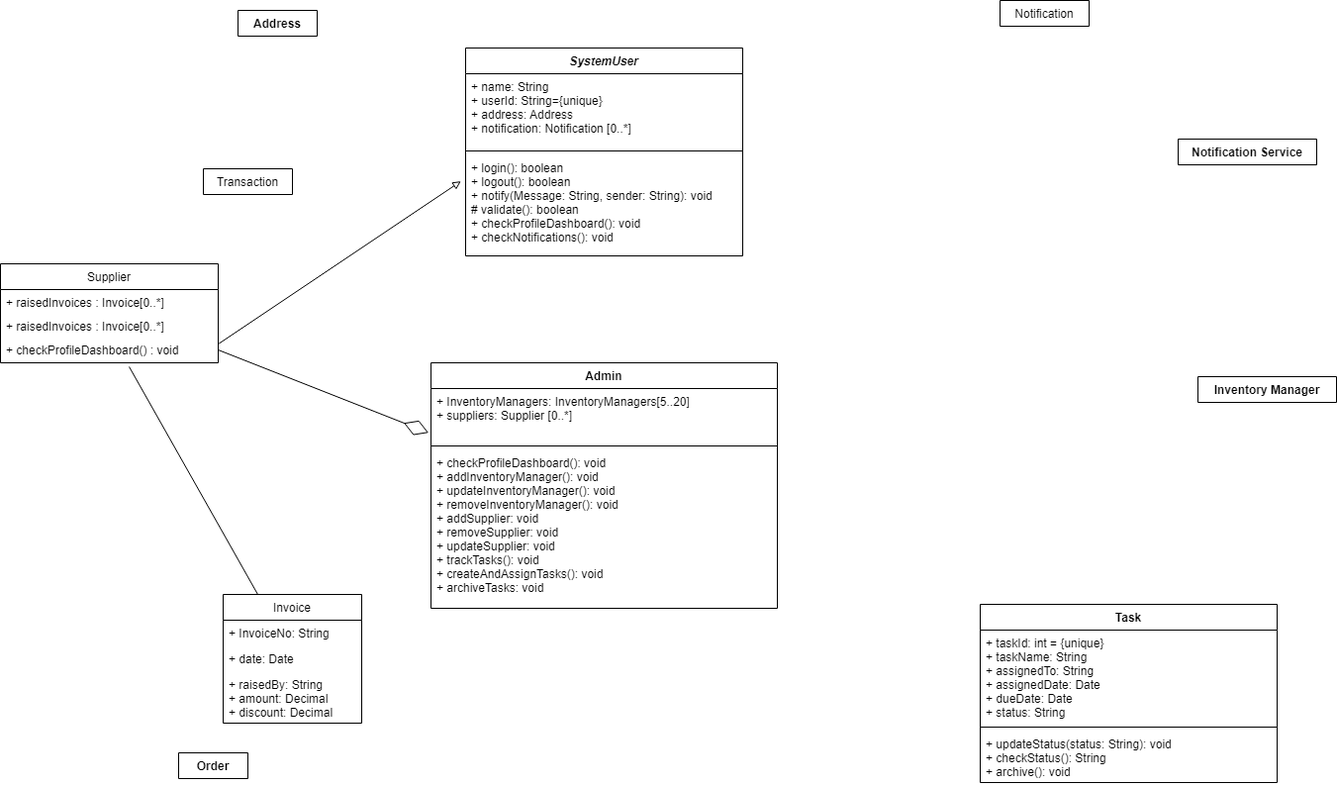
The draw.io diagram ClassDiagram for Inventory Management System.drawio.png in hrk-berserker27/hrk-berserker27, before a commit. Source tidied: cells renumbered, new cells last; positions are measured from the earlier drawing's top-left corner, leaving out a move shared by most shapes.
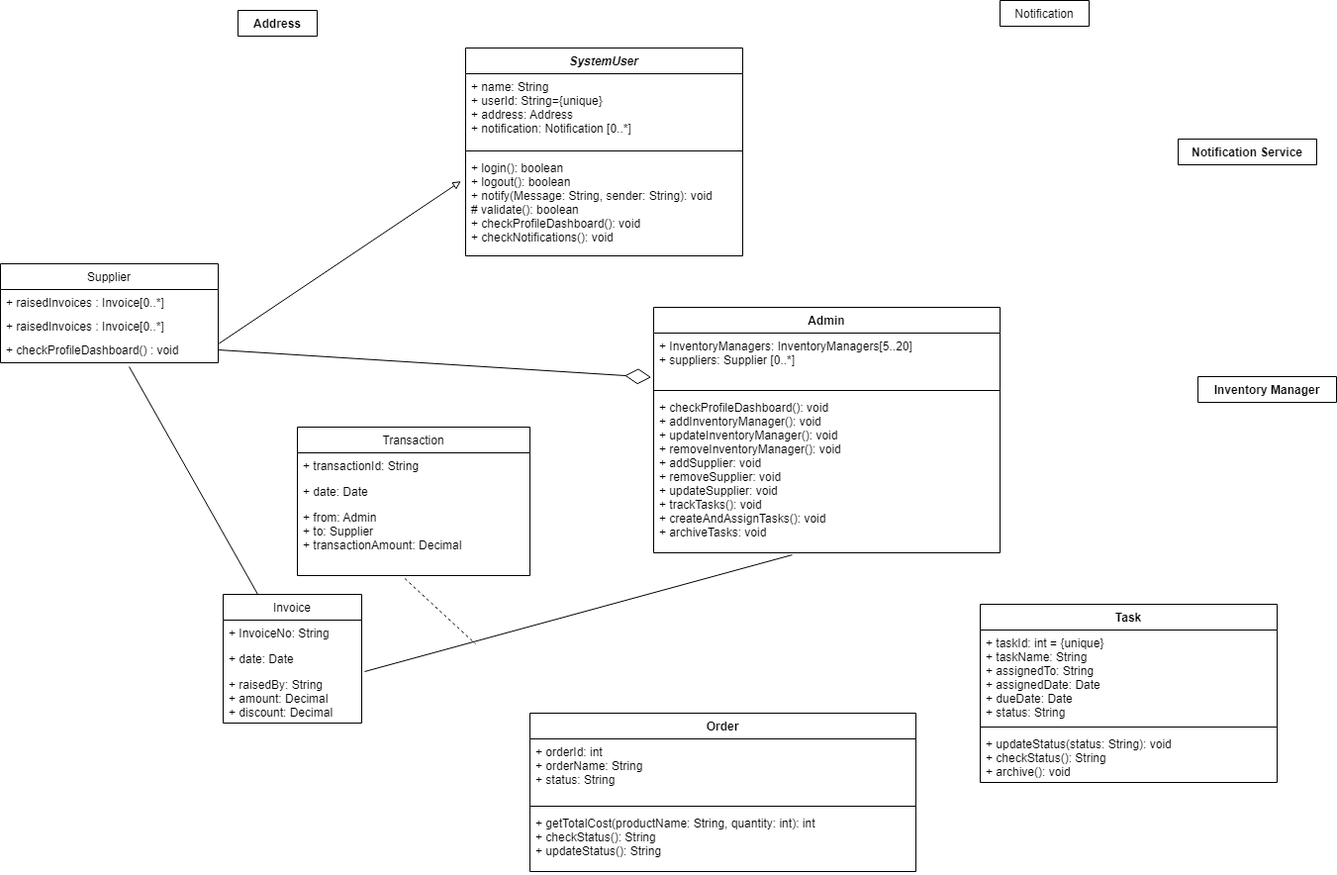
After the commit.

Change to the diagram source:
```diff
@@ -38,9 +38,18 @@
     <mxCell id="13" value="Notification Service" style="swimlane;fontStyle=1;align=center;verticalAlign=top;horizontal=1;startSize=26;" parent="1" vertex="1" collapsed="1">
       <mxGeometry x="1190" y="140" width="140" height="26" as="geometry" />
     </mxCell>
-    <mxCell id="14" value="Transaction" style="swimlane;fontStyle=0;horizontal=1;startSize=26;fillColor=none;" parent="1" vertex="1" collapsed="1">
-      <mxGeometry x="205" y="170" width="90" height="26" as="geometry" />
+    <mxCell id="14" value="Transaction" style="swimlane;fontStyle=0;horizontal=1;startSize=26;fillColor=none;" parent="1" vertex="1">
+      <mxGeometry x="300" y="431" width="235" height="150" as="geometry" />
     </mxCell>
+    <mxCell id="32" value="+ transactionId: String&#10;" style="text;strokeColor=none;fillColor=none;align=left;verticalAlign=top;spacingLeft=4;spacingRight=4;overflow=hidden;" parent="14" vertex="1">
+      <mxGeometry y="26" width="235" height="26" as="geometry" />
+    </mxCell>
+    <mxCell id="33" value="+ date: Date" style="text;strokeColor=none;fillColor=none;align=left;verticalAlign=top;spacingLeft=4;spacingRight=4;overflow=hidden;" parent="14" vertex="1">
+      <mxGeometry y="52" width="235" height="26" as="geometry" />
+    </mxCell>
+    <mxCell id="34" value="+ from: Admin&#10;+ to: Supplier&#10;+ transactionAmount: Decimal" style="text;strokeColor=none;fillColor=none;align=left;verticalAlign=top;spacingLeft=4;spacingRight=4;overflow=hidden;points=[[0,0.5],[1,0.5]];portConstraint=eastwest;" parent="14" vertex="1">
+      <mxGeometry y="78" width="235" height="72" as="geometry" />
+    </mxCell>
     <mxCell id="15" value="Invoice" style="swimlane;fontStyle=0;horizontal=1;startSize=26;fillColor=none;" parent="1" vertex="1">
       <mxGeometry x="225" y="600" width="140" height="130" as="geometry" />
     </mxCell>
@@ -54,7 +63,7 @@
       <mxGeometry y="78" width="140" height="52" as="geometry" />
     </mxCell>
     <mxCell id="19" value="Admin" style="swimlane;fontStyle=1;align=center;verticalAlign=top;horizontal=1;startSize=26;" parent="1" vertex="1">
-      <mxGeometry x="435" y="366" width="350" height="248" as="geometry" />
+      <mxGeometry x="660" y="310" width="350" height="248" as="geometry" />
     </mxCell>
     <mxCell id="20" value="+ InventoryManagers: InventoryManagers[5..20]&#10;+ suppliers: Supplier [0..*]" style="text;strokeColor=none;fillColor=none;align=left;verticalAlign=top;spacingLeft=4;spacingRight=4;overflow=hidden;points=[[0,0.5],[1,0.5]];portConstraint=eastwest;" parent="19" vertex="1">
       <mxGeometry y="26" width="350" height="54" as="geometry" />
@@ -65,9 +74,18 @@
     <mxCell id="22" value="+ checkProfileDashboard(): void&#10;+ addInventoryManager(): void&#10;+ updateInventoryManager(): void&#10;+ removeInventoryManager(): void&#10;+ addSupplier: void&#10;+ removeSupplier: void&#10;+ updateSupplier: void&#10;+ trackTasks(): void&#10;+ createAndAssignTasks(): void&#10;+ archiveTasks: void" style="text;strokeColor=none;fillColor=none;align=left;verticalAlign=top;spacingLeft=4;spacingRight=4;overflow=hidden;points=[[0,0.5],[1,0.5]];portConstraint=eastwest;" parent="19" vertex="1">
       <mxGeometry y="88" width="350" height="160" as="geometry" />
     </mxCell>
-    <mxCell id="23" value="Order" style="swimlane;fontStyle=1;align=center;verticalAlign=top;horizontal=1;startSize=26;" parent="1" vertex="1" collapsed="1">
-      <mxGeometry x="180" y="760" width="70" height="26" as="geometry" />
+    <mxCell id="23" value="Order" style="swimlane;fontStyle=1;align=center;verticalAlign=top;horizontal=1;startSize=26;" parent="1" vertex="1">
+      <mxGeometry x="535" y="720" width="390" height="160" as="geometry" />
     </mxCell>
+    <mxCell id="35" value="+ orderId: int&#10;+ orderName: String&#10;+ status: String" style="text;strokeColor=none;fillColor=none;align=left;verticalAlign=top;spacingLeft=4;spacingRight=4;overflow=hidden;" parent="23" vertex="1">
+      <mxGeometry y="26" width="390" height="64" as="geometry" />
+    </mxCell>
+    <mxCell id="36" style="line;strokeWidth=1;fillColor=none;align=left;verticalAlign=middle;spacingTop=-1;spacingLeft=3;spacingRight=3;labelPosition=right;" parent="23" vertex="1">
+      <mxGeometry y="90" width="390" height="8" as="geometry" />
+    </mxCell>
+    <mxCell id="37" value="+ getTotalCost(productName: String, quantity: int): int&#10;+ checkStatus(): String&#10;+ updateStatus(): String" style="text;strokeColor=none;fillColor=none;align=left;verticalAlign=top;spacingLeft=4;spacingRight=4;overflow=hidden;" parent="23" vertex="1">
+      <mxGeometry y="98" width="390" height="62" as="geometry" />
+    </mxCell>
     <mxCell id="24" value="Inventory Manager" style="swimlane;fontStyle=1;align=center;verticalAlign=top;horizontal=1;startSize=26;" parent="1" vertex="1" collapsed="1">
       <mxGeometry x="1210" y="380" width="140" height="26" as="geometry" />
     </mxCell>
@@ -89,8 +107,16 @@
     <mxCell id="30" style="endArrow=diamondThin;endFill=0;endSize=24;html=1;rounded=0;entryX=-0.007;entryY=0.827;entryDx=0;entryDy=0;entryPerimeter=0;exitX=1;exitY=0.5;exitDx=0;exitDy=0;" parent="1" edge="1" source="5" target="20">
       <mxGeometry relative="1" as="geometry" />
     </mxCell>
-    <mxCell id="31" style="endArrow=none;html=1;rounded=0;exitX=0.591;exitY=1.154;exitDx=0;exitDy=0;exitPerimeter=0;entryX=0.25;entryY=0;entryDx=0;entryDy=0;" parent="1" edge="1" source="5" target="15">
+    <mxCell id="31" style="endArrow=none;html=1;exitX=0.591;exitY=1.154;exitDx=0;exitDy=0;exitPerimeter=0;entryX=0.25;entryY=0;entryDx=0;entryDy=0;rounded=0;" parent="1" edge="1" source="5" target="15">
       <mxGeometry relative="1" as="geometry" />
     </mxCell>
+    <mxCell id="38" style="endArrow=none;html=1;rounded=0;exitX=1.021;exitY=0;exitDx=0;exitDy=0;exitPerimeter=0;entryX=0.4;entryY=1.013;entryDx=0;entryDy=0;entryPerimeter=0;" parent="1" edge="1" source="18" target="22">
+      <mxGeometry relative="1" as="geometry" />
+    </mxCell>
+    <mxCell id="39" style="endArrow=none;html=1;rounded=0;exitX=0.462;exitY=1.042;exitDx=0;exitDy=0;exitPerimeter=0;dashed=1;" parent="1" edge="1" source="34">
+      <mxGeometry relative="1" as="geometry">
+        <mxPoint x="480" y="650" as="targetPoint" />
+      </mxGeometry>
+    </mxCell>
   </root>
 </mxGraphModel>
```
